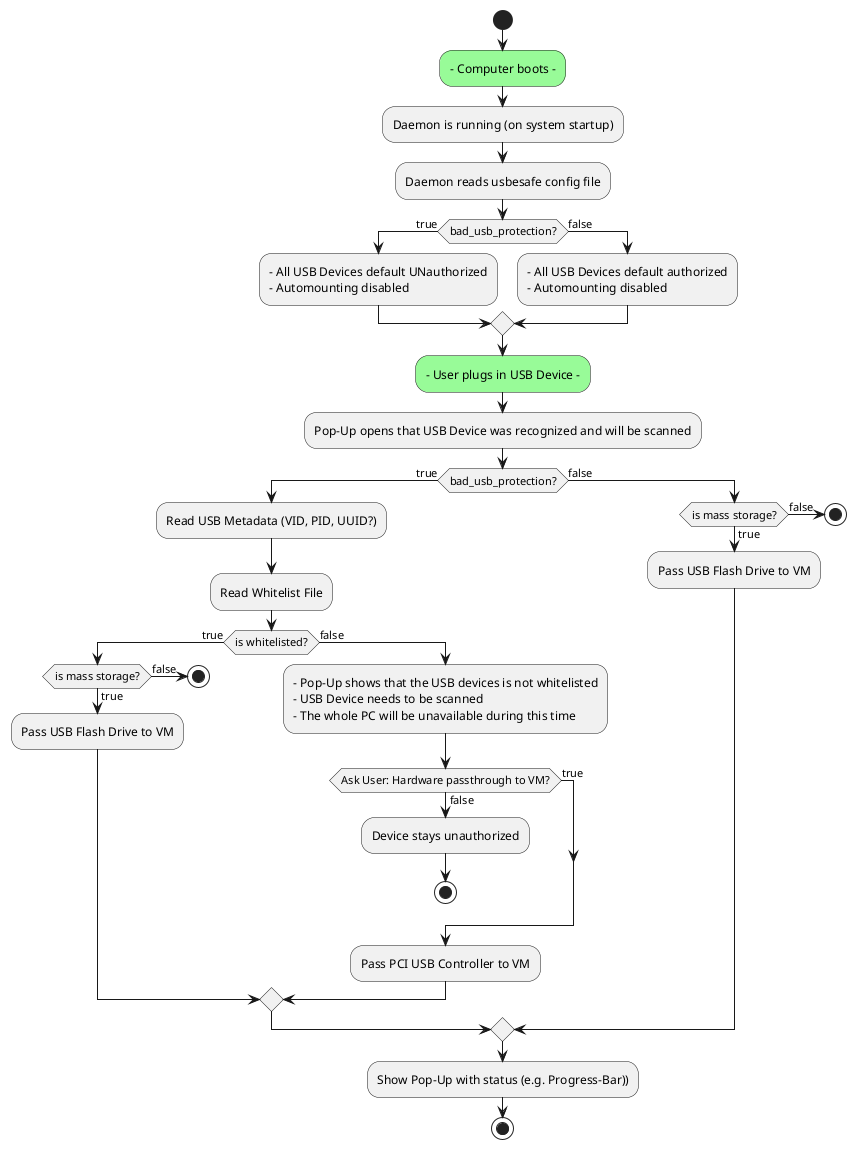
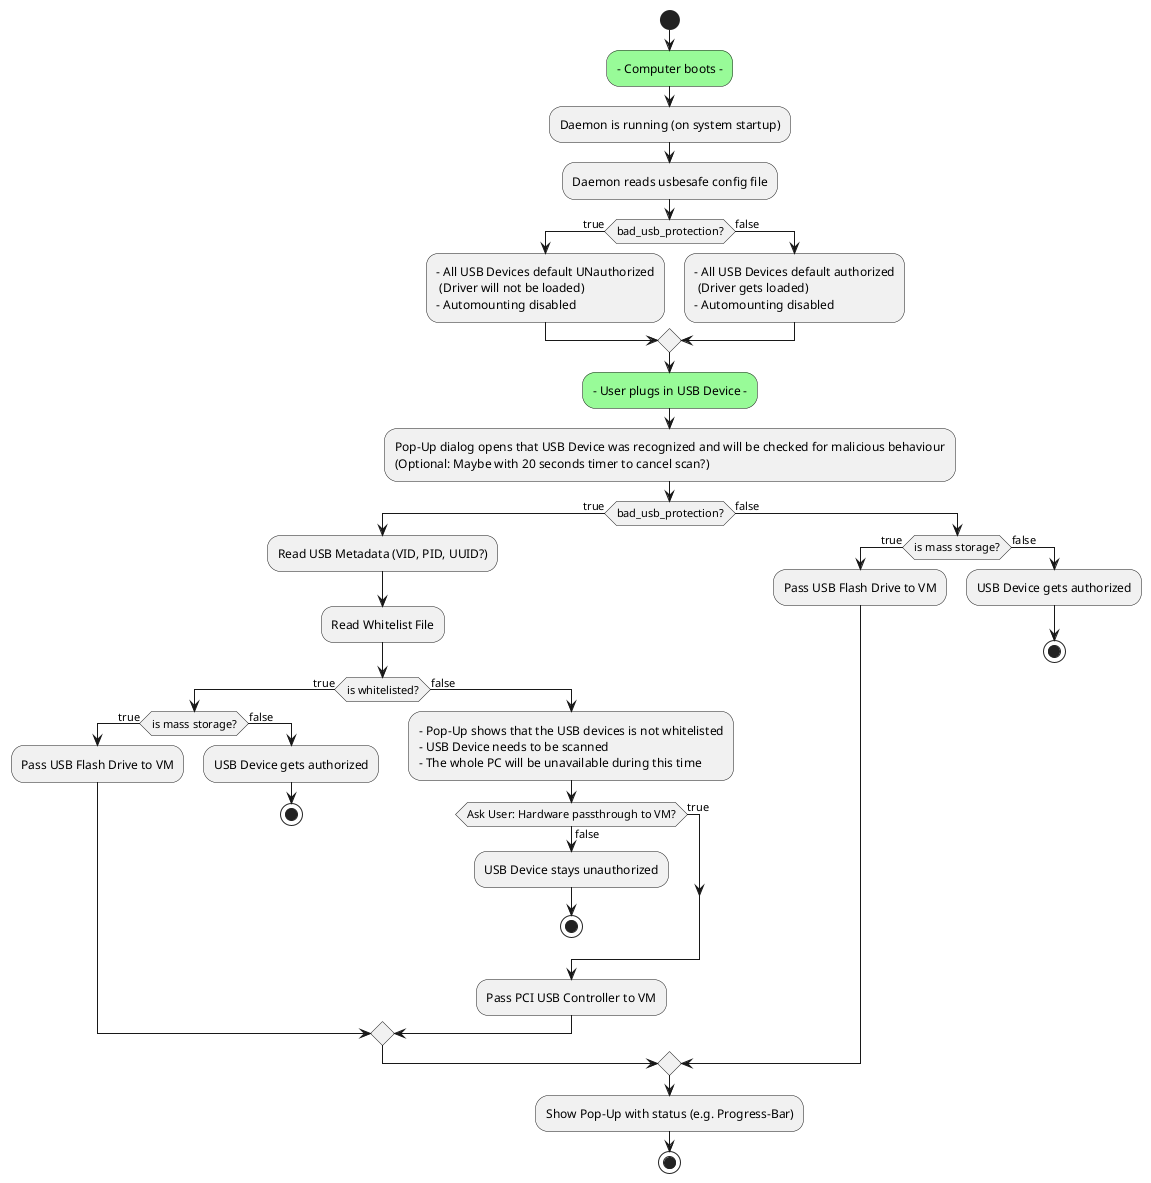
@startuml
'https://plantuml.com/activity-diagram-beta

start
#palegreen:- Computer boots -;
:Daemon is running (on system startup);
:Daemon reads usbesafe config file;
if (bad_usb_protection?) then (true)
- :- All USB Devices default UNauthorized\n- Automounting disabled;
+ :- All USB Devices default UNauthorized\n (Driver will not be loaded)\n- Automounting disabled;
else (false)
- :- All USB Devices default authorized\n- Automounting disabled;
+ :- All USB Devices default authorized\n (Driver gets loaded)\n- Automounting disabled;
endif

#palegreen:- User plugs in USB Device -;

- :Pop-Up opens that USB Device was recognized and will be scanned;
+ :Pop-Up dialog opens that USB Device was recognized and will be checked for malicious behaviour\n(Optional: Maybe with 20 seconds timer to cancel scan?);

if (bad_usb_protection?) then (true)
    :Read USB Metadata (VID, PID, UUID?);
    :Read Whitelist File;
    if (is whitelisted?) then (true)
        if (is mass storage?) then (true)
            :Pass USB Flash Drive to VM;
        else (false)
+             :USB Device gets authorized;
            stop
        endif
    else (false)
        :- Pop-Up shows that the USB devices is not whitelisted\n- USB Device needs to be scanned\n- The whole PC will be unavailable during this time;
        if (Ask User: Hardware passthrough to VM?) then (true)

        else (false)
-             :Device stays unauthorized;
+             :USB Device stays unauthorized;
            stop
        endif
        :Pass PCI USB Controller to VM;
    endif
else (false)
    if (is mass storage?) then (true)
        :Pass USB Flash Drive to VM;
    else (false)
+         :USB Device gets authorized;
        stop
    endif
endif

- :Show Pop-Up with status (e.g. Progress-Bar));
+ :Show Pop-Up with status (e.g. Progress-Bar);
stop

@enduml
